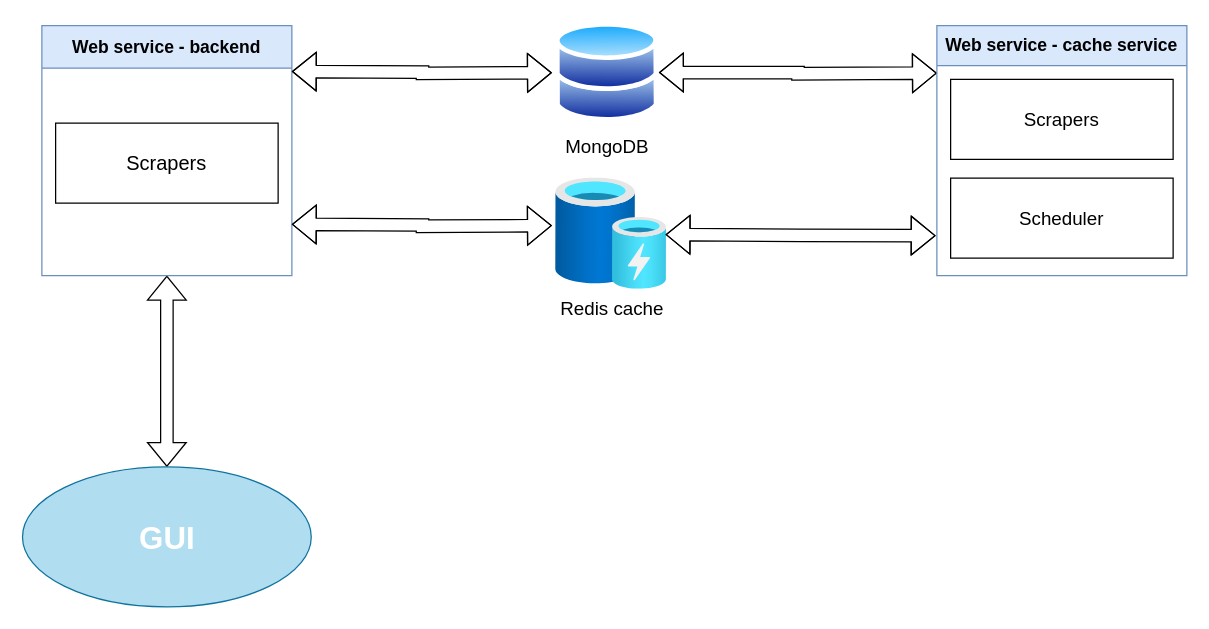
MatajTjasa/webscraper keeps this draw.io diagram as Untitled Diagram.drawio. Above is the earlier version. Source tidied: cells renumbered, new cells numbered last; positions are measured from the earlier drawing's top-left corner, leaving out a move shared by most shapes. Both pictures are drawn from the tidied source at 125%, with x=0, y=0 at pixel (21, 21).
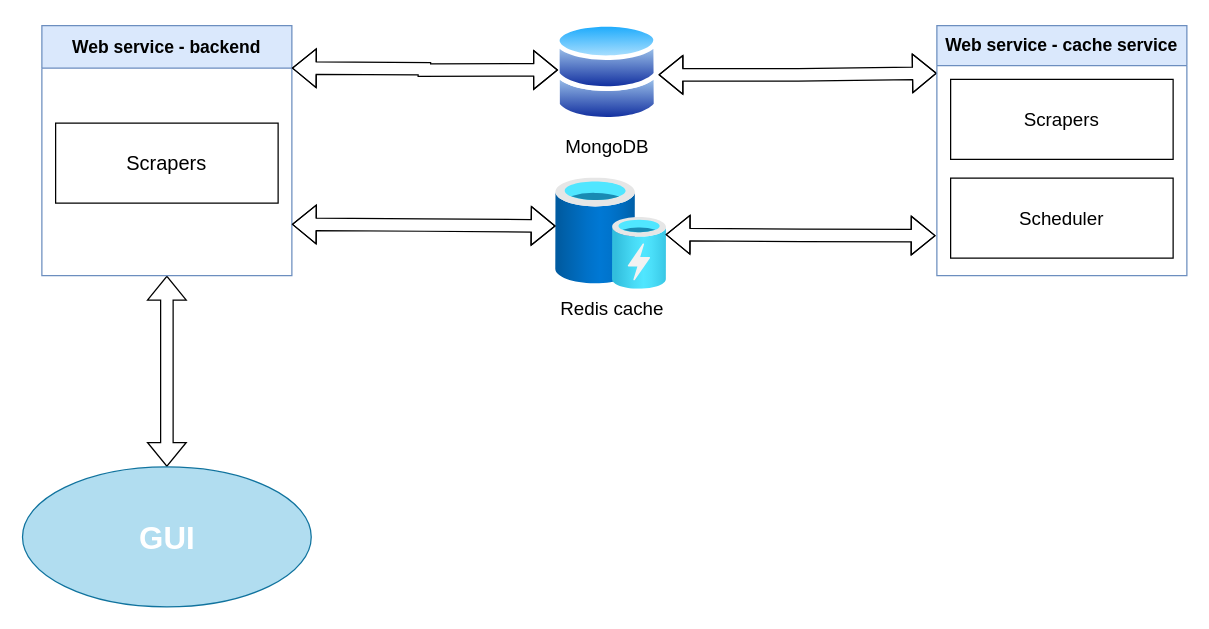
The same page after the edit.

Commit message:
Updated acrhitecture design diagram.

The edit, as a diff of the source:
```diff
@@
-<mxGraphModel>
+<mxGraphModel background="#FFFFFF">
   <root>
     <mxCell id="0" />
     <mxCell id="1" parent="0" />
-    <mxCell id="2" style="edgeStyle=orthogonalEdgeStyle;rounded=0;jettySize=auto;html=1;exitX=1;exitY=0.5;exitDx=0;exitDy=0;shape=flexArrow;startArrow=block;" parent="1" edge="1" source="3">
+    <mxCell id="2" style="edgeStyle=orthogonalEdgeStyle;rounded=0;jettySize=auto;html=1;exitX=0.995;exitY=0.523;exitDx=0;exitDy=0;shape=flexArrow;startArrow=block;exitPerimeter=0;" parent="1" edge="1" source="3">
       <mxGeometry relative="1" as="geometry">
         <mxPoint x="732" y="41" as="targetPoint" />
       </mxGeometry>
     </mxCell>
     <mxCell id="3" value="&lt;div style=&quot;font-size: 15px;&quot;&gt;&lt;font style=&quot;font-size: 15px;&quot;&gt;MongoDB&lt;/font&gt;&lt;/div&gt;&lt;div style=&quot;font-size: 15px;&quot;&gt;&lt;font style=&quot;font-size: 15px;&quot;&gt;&lt;br&gt;&lt;/font&gt;&lt;/div&gt;" style="image;perimeter=ellipsePerimeter;html=1;align=center;shadow=0;dashed=0;spacingTop=3;image=img/lib/active_directory/databases.svg;" parent="1" vertex="1">
       <mxGeometry x="427" width="82.7" height="81" as="geometry" />
     </mxCell>
     <mxCell id="4" value="&lt;div style=&quot;font-size: 15px;&quot;&gt;&lt;font style=&quot;font-size: 15px;&quot;&gt;Redis cache&lt;/font&gt;&lt;/div&gt;&lt;div style=&quot;font-size: 15px;&quot;&gt;&lt;font style=&quot;font-size: 15px;&quot;&gt;&lt;br&gt;&lt;/font&gt;&lt;/div&gt;" style="image;html=1;points=[];align=center;fontSize=12;image=img/lib/azure2/general/Cache.svg;" parent="1" vertex="1">
       <mxGeometry x="427" y="125" width="89" height="89" as="geometry" />
     </mxCell>
     <mxCell id="5" style="edgeStyle=orthogonalEdgeStyle;rounded=0;jettySize=auto;html=1;entryX=0.5;entryY=0;entryDx=0;entryDy=0;shape=flexArrow;startArrow=block;" parent="1" edge="1" source="6" target="8">
       <mxGeometry relative="1" as="geometry" />
     </mxCell>
     <mxCell id="6" value="&lt;font style=&quot;font-size: 14px;&quot;&gt;Web service - backend&lt;/font&gt;" style="swimlane;whiteSpace=wrap;html=1;fillColor=#dae8fc;strokeColor=#6c8ebf;startSize=34;" parent="1" vertex="1">
       <mxGeometry x="16" y="3" width="200" height="200" as="geometry" />
     </mxCell>
     <mxCell id="7" value="&lt;font style=&quot;font-size: 16px;&quot;&gt;Scrapers&lt;/font&gt;" style="whiteSpace=wrap;html=1;" parent="6" vertex="1">
       <mxGeometry x="11" y="78" width="178" height="64" as="geometry" />
     </mxCell>
     <mxCell id="8" value="&lt;font size=&quot;1&quot; color=&quot;#ffffff&quot;&gt;&lt;b style=&quot;font-size: 25px;&quot;&gt;GUI&lt;/b&gt;&lt;/font&gt;" style="ellipse;whiteSpace=wrap;html=1;fillColor=#b1ddf0;strokeColor=#10739e;" parent="1" vertex="1">
       <mxGeometry x="0.5" y="356" width="231" height="112" as="geometry" />
     </mxCell>
     <mxCell id="9" value="&lt;font style=&quot;font-size: 14px;&quot; face=&quot;Helvetica&quot;&gt;Web service - cache service&lt;/font&gt;" style="swimlane;whiteSpace=wrap;html=1;fillColor=#dae8fc;strokeColor=#6c8ebf;startSize=32;" parent="1" vertex="1">
       <mxGeometry x="732" y="3" width="200" height="200" as="geometry" />
     </mxCell>
     <mxCell id="10" value="&lt;font style=&quot;font-size: 15px;&quot;&gt;Scrapers&lt;/font&gt;" style="whiteSpace=wrap;html=1;" parent="9" vertex="1">
       <mxGeometry x="11" y="43" width="178" height="64" as="geometry" />
     </mxCell>
     <mxCell id="11" value="&lt;font style=&quot;font-size: 15px;&quot;&gt;Scheduler&lt;/font&gt;" style="whiteSpace=wrap;html=1;" parent="9" vertex="1">
       <mxGeometry x="11" y="122" width="178" height="64" as="geometry" />
     </mxCell>
     <mxCell id="12" style="edgeStyle=orthogonalEdgeStyle;rounded=0;orthogonalLoop=1;jettySize=auto;html=1;exitX=1;exitY=0.5;exitDx=0;exitDy=0;shape=flexArrow;startArrow=block;" parent="1" edge="1">
       <mxGeometry relative="1" as="geometry">
         <mxPoint x="515" y="170.2" as="sourcePoint" />
         <mxPoint x="731" y="171" as="targetPoint" />
       </mxGeometry>
     </mxCell>
-    <mxCell id="13" style="edgeStyle=orthogonalEdgeStyle;rounded=0;orthogonalLoop=1;jettySize=auto;html=1;exitX=1;exitY=0.5;exitDx=0;exitDy=0;shape=flexArrow;startArrow=block;" parent="1" edge="1">
+    <mxCell id="13" style="edgeStyle=orthogonalEdgeStyle;rounded=0;jettySize=auto;html=1;exitX=1;exitY=0.5;exitDx=0;exitDy=0;shape=flexArrow;startArrow=block;entryX=0;entryY=0.431;entryDx=0;entryDy=0;entryPerimeter=0;" parent="1" edge="1" target="4">
       <mxGeometry relative="1" as="geometry">
         <mxPoint x="216" y="162" as="sourcePoint" />
-        <mxPoint x="424" y="163" as="targetPoint" />
       </mxGeometry>
     </mxCell>
-    <mxCell id="14" style="edgeStyle=orthogonalEdgeStyle;rounded=0;orthogonalLoop=1;jettySize=auto;html=1;exitX=1;exitY=0.5;exitDx=0;exitDy=0;shape=flexArrow;startArrow=block;" parent="1" edge="1">
+    <mxCell id="14" style="edgeStyle=orthogonalEdgeStyle;rounded=0;jettySize=auto;html=1;exitX=1;exitY=0.5;exitDx=0;exitDy=0;shape=flexArrow;startArrow=block;entryX=0.023;entryY=0.475;entryDx=0;entryDy=0;entryPerimeter=0;" parent="1" edge="1" target="3">
       <mxGeometry relative="1" as="geometry">
-        <mxPoint x="216" y="39.7" as="sourcePoint" />
-        <mxPoint x="424" y="40.7" as="targetPoint" />
+        <mxPoint x="216" y="37" as="sourcePoint" />
       </mxGeometry>
     </mxCell>
   </root>
 </mxGraphModel>
```
